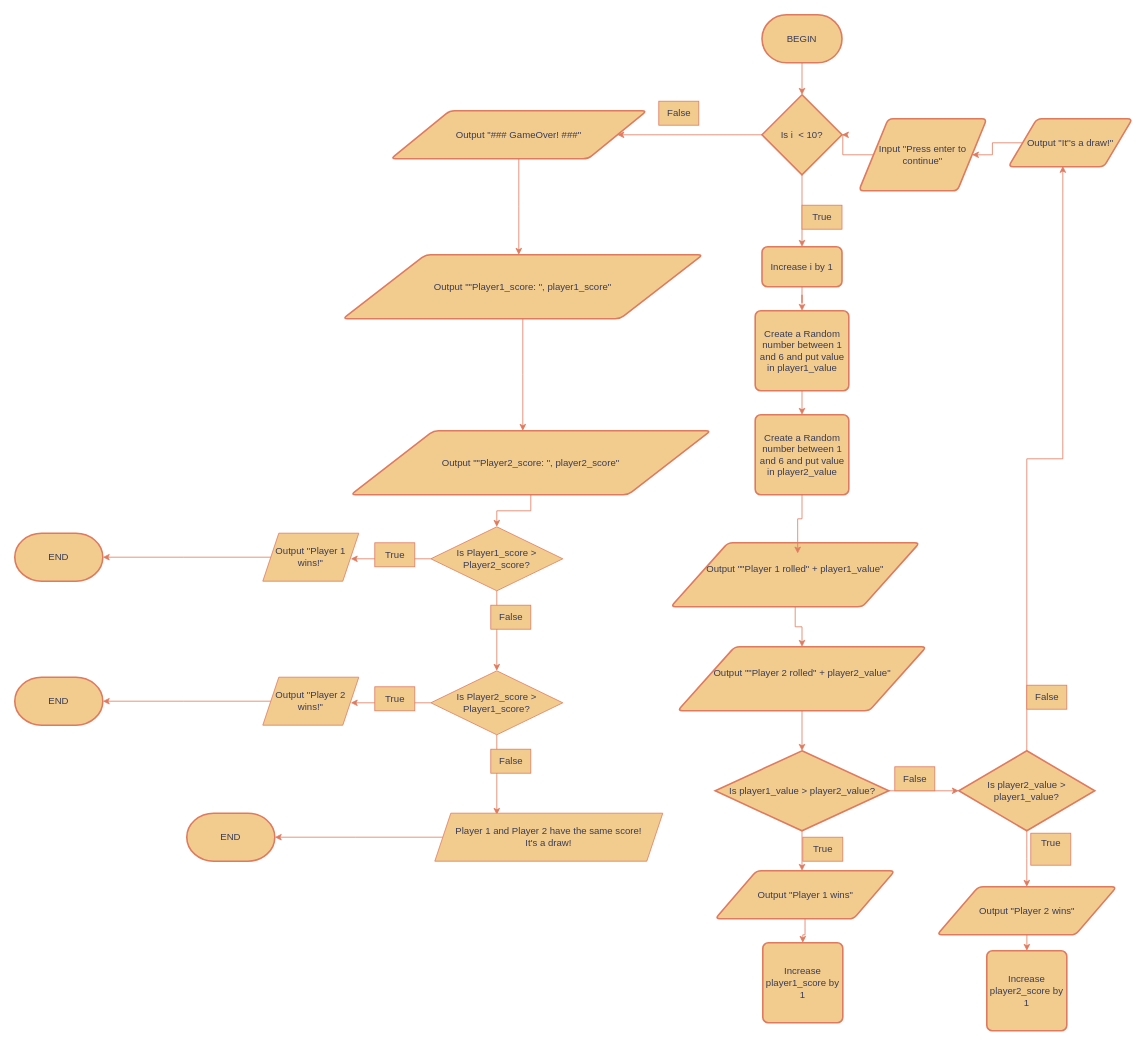
Earlier version of the draw.io diagram FlowChart.drawio (CGRoffcialcode/PythonDiceGameFlowChart). Source tidied: cells renumbered, new cells numbered last; positions are measured from the earlier drawing's top-left corner, leaving out a move shared by most shapes. Both pictures are drawn from the tidied source at 80%, with x=0, y=0 at pixel (14, 14).
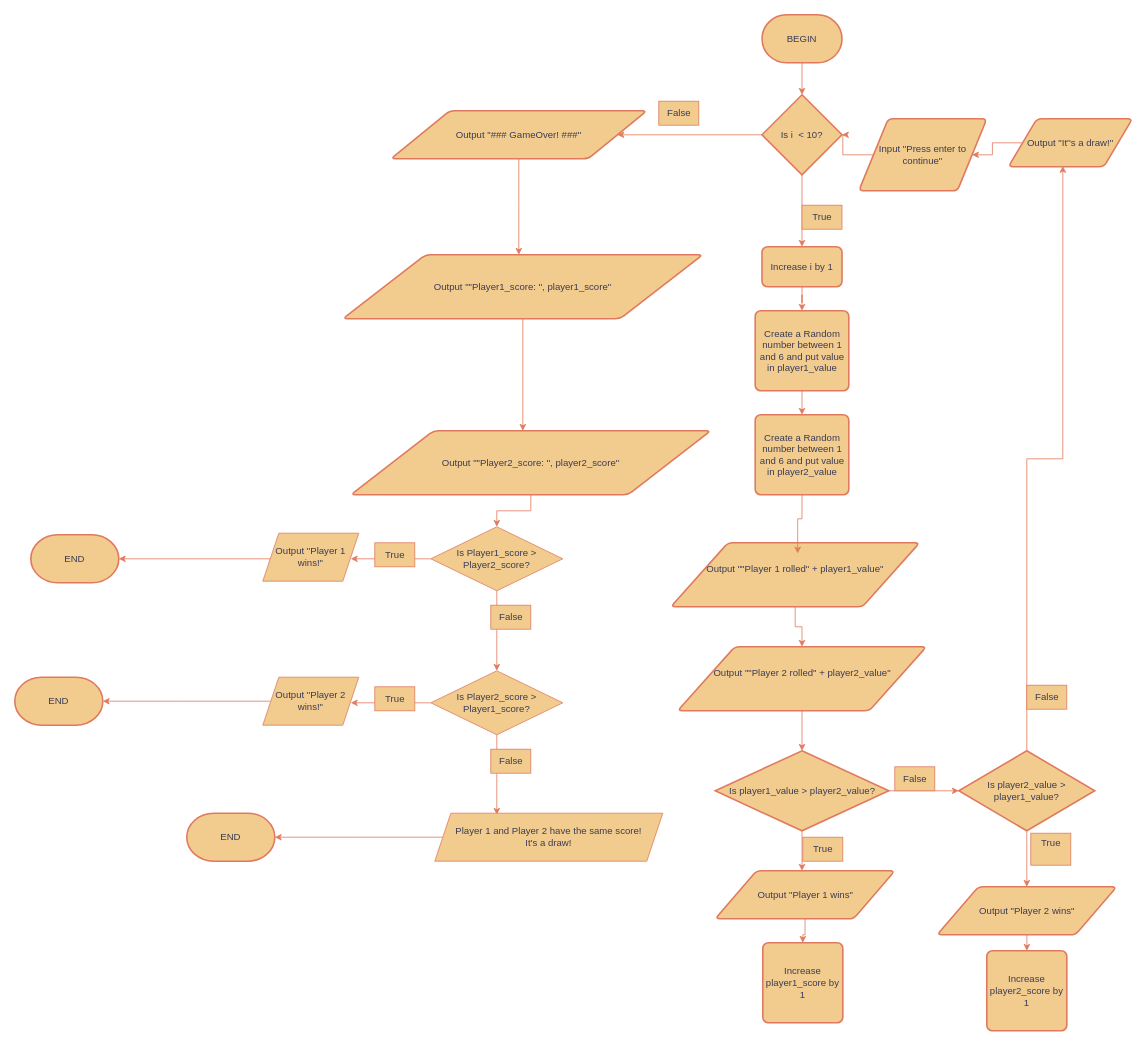
Above is the later version.

Unchanged cells that the change refers to:
```xml
<mxCell id="51" value="Output &quot;Player 1 wins!&quot;" style="shape=parallelogram;perimeter=parallelogramPerimeter;whiteSpace=wrap;html=1;fixedSize=1;fillColor=#F2CC8F;strokeColor=#E07A5F;labelBackgroundColor=none;fontColor=#393C56;" parent="1" vertex="1">
  <mxGeometry x="310" y="648" width="120" height="60" as="geometry" />
</mxCell>
```

The edit, as a diff of the source:
```diff
@@
-    <mxCell id="50" style="edgeStyle=orthogonalEdgeStyle;rounded=0;jettySize=auto;html=1;fillColor=#F2CC8F;strokeColor=#E07A5F;labelBackgroundColor=none;fontColor=default;" parent="1" edge="1" source="51">
+    <mxCell id="50" style="edgeStyle=orthogonalEdgeStyle;rounded=0;orthogonalLoop=1;jettySize=auto;html=1;fillColor=#F2CC8F;strokeColor=#E07A5F;labelBackgroundColor=none;fontColor=default;" parent="1" edge="1">
       <mxGeometry relative="1" as="geometry">
-        <mxPoint x="110" y="678" as="targetPoint" />
+        <mxPoint x="340" y="680" as="sourcePoint" />
+        <mxPoint x="130" y="680" as="targetPoint" />
       </mxGeometry>
     </mxCell>
@@
     <mxCell id="52" value="END" style="strokeWidth=2;html=1;shape=mxgraph.flowchart.terminator;whiteSpace=wrap;fillColor=#F2CC8F;strokeColor=#E07A5F;labelBackgroundColor=none;fontColor=#393C56;" parent="1" vertex="1">
-      <mxGeometry y="648" width="110" height="60" as="geometry" />
+      <mxGeometry x="20" y="650" width="110" height="60" as="geometry" />
     </mxCell>
```
